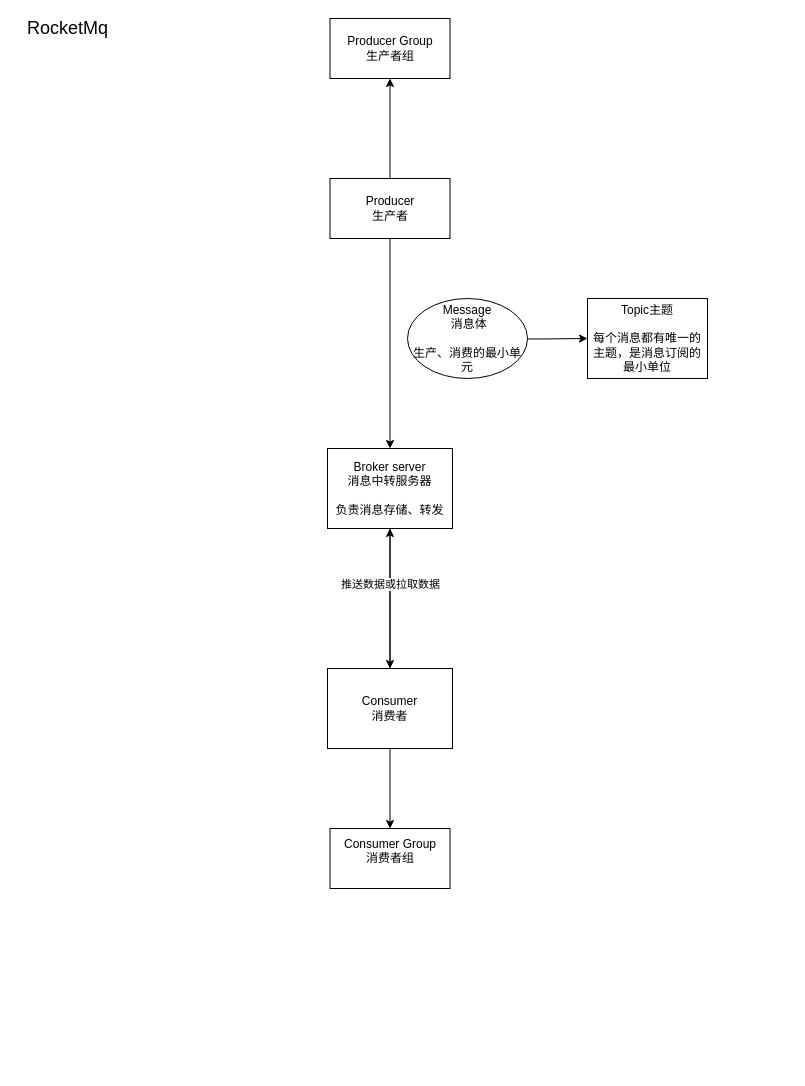
Before: diagrams/rocketmq模型.drawio in vince-tx/myNote, a draw.io diagram. Source tidied: cells renumbered, new cells numbered last; positions are measured from the earlier drawing's top-left corner, leaving out a move shared by most shapes. Both pictures are drawn from the tidied source at 100%, with x=0, y=0 at pixel (17, 18).
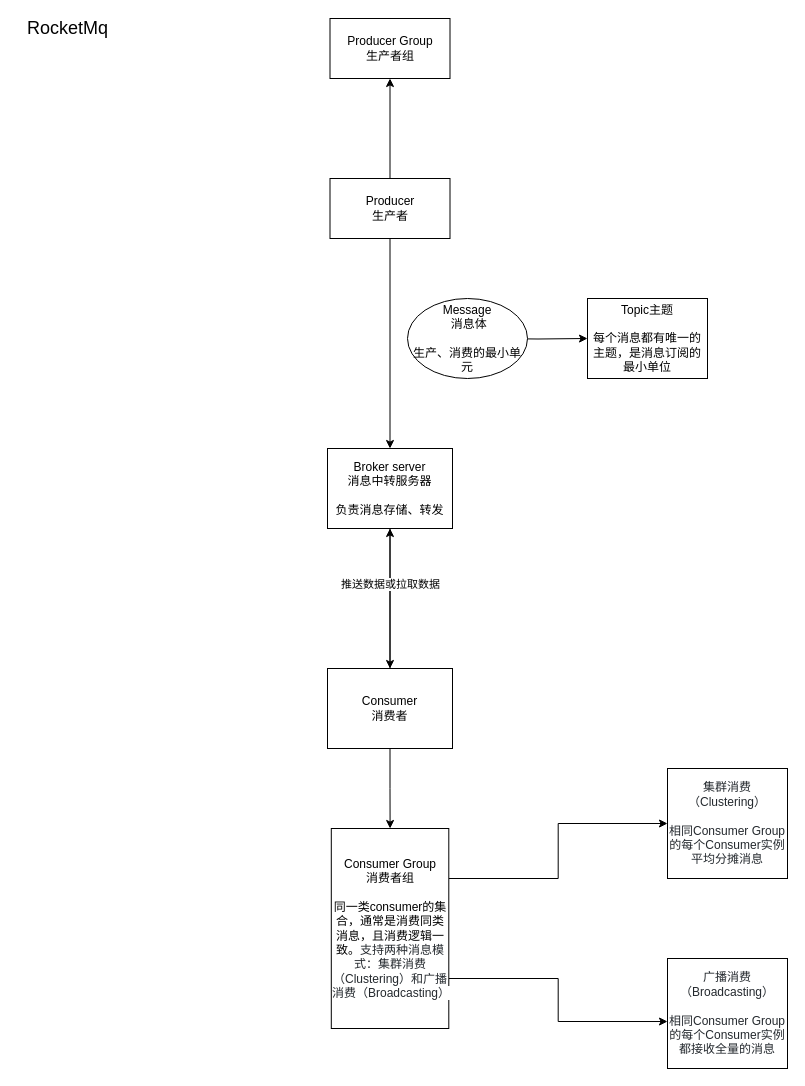
The same diagram, later.

What changed in the source:
```diff
@@
+    <mxCell id="18" style="edgeStyle=orthogonalEdgeStyle;rounded=0;jettySize=auto;html=1;exitX=1;exitY=0.75;exitDx=0;exitDy=0;entryX=0;entryY=0.573;entryDx=0;entryDy=0;entryPerimeter=0;" parent="1" edge="1" source="15" target="21">
+      <mxGeometry relative="1" as="geometry" />
+    </mxCell>
+    <mxCell id="19" style="edgeStyle=orthogonalEdgeStyle;rounded=0;jettySize=auto;html=1;exitX=1;exitY=0.25;exitDx=0;exitDy=0;" parent="1" edge="1" source="15" target="20">
+      <mxGeometry relative="1" as="geometry" />
+    </mxCell>
-    <mxCell id="15" value="Consumer Group&lt;br&gt;消费者组&lt;br&gt;&lt;br&gt;" style="whiteSpace=wrap;html=1;" parent="1" vertex="1">
-      <mxGeometry x="312.5" y="810" width="120" height="60" as="geometry" />
+    <mxCell id="15" value="Consumer Group&lt;br&gt;消费者组&lt;br&gt;&lt;br&gt;同一类consumer的集合，通常是消费同类消息，且消费逻辑一致。&lt;span style=&quot;color: rgb(36 , 41 , 46) ; font-family: , &amp;#34;blinkmacsystemfont&amp;#34; , &amp;#34;segoe ui&amp;#34; , &amp;#34;helvetica&amp;#34; , &amp;#34;arial&amp;#34; , sans-serif , &amp;#34;apple color emoji&amp;#34; , &amp;#34;segoe ui emoji&amp;#34; ; background-color: rgb(255 , 255 , 255)&quot;&gt;&lt;font style=&quot;font-size: 12px&quot;&gt;支持两种消息模式：集群消费（Clustering）和广播消费（Broadcasting）&lt;/font&gt;&lt;/span&gt;" style="whiteSpace=wrap;html=1;" parent="1" vertex="1">
+      <mxGeometry x="313.8" y="810" width="117.5" height="200" as="geometry" />
     </mxCell>
@@
+    <mxCell id="20" value="&lt;span style=&quot;color: rgb(36 , 41 , 46) ; background-color: rgb(255 , 255 , 255)&quot;&gt;集群消费（Clustering）&lt;br&gt;&lt;/span&gt;&lt;span style=&quot;color: rgb(36 , 41 , 46) ; font-family: , &amp;#34;blinkmacsystemfont&amp;#34; , &amp;#34;segoe ui&amp;#34; , &amp;#34;helvetica&amp;#34; , &amp;#34;arial&amp;#34; , sans-serif , &amp;#34;apple color emoji&amp;#34; , &amp;#34;segoe ui emoji&amp;#34; ; background-color: rgb(255 , 255 , 255)&quot;&gt;&lt;font style=&quot;font-size: 12px&quot;&gt;&lt;br&gt;相同Consumer Group的每个Consumer实例平均分摊消息&lt;/font&gt;&lt;/span&gt;" style="whiteSpace=wrap;html=1;" parent="1" vertex="1">
+      <mxGeometry x="650" y="750" width="120" height="110" as="geometry" />
+    </mxCell>
+    <mxCell id="21" value="&lt;span style=&quot;color: rgb(36 , 41 , 46) ; background-color: rgb(255 , 255 , 255)&quot;&gt;广播消费（Broadcasting）&lt;br&gt;&lt;br&gt;&lt;/span&gt;&lt;span style=&quot;color: rgb(36 , 41 , 46) ; font-family: , &amp;#34;blinkmacsystemfont&amp;#34; , &amp;#34;segoe ui&amp;#34; , &amp;#34;helvetica&amp;#34; , &amp;#34;arial&amp;#34; , sans-serif , &amp;#34;apple color emoji&amp;#34; , &amp;#34;segoe ui emoji&amp;#34; ; background-color: rgb(255 , 255 , 255)&quot;&gt;&lt;font style=&quot;font-size: 12px&quot;&gt;相同Consumer Group的每个Consumer实例都接收全量的消息&lt;/font&gt;&lt;/span&gt;&lt;span style=&quot;color: rgb(36 , 41 , 46) ; background-color: rgb(255 , 255 , 255)&quot;&gt;&lt;br&gt;&lt;/span&gt;" style="whiteSpace=wrap;html=1;" parent="1" vertex="1">
+      <mxGeometry x="650" y="940" width="120" height="110" as="geometry" />
+    </mxCell>
```
